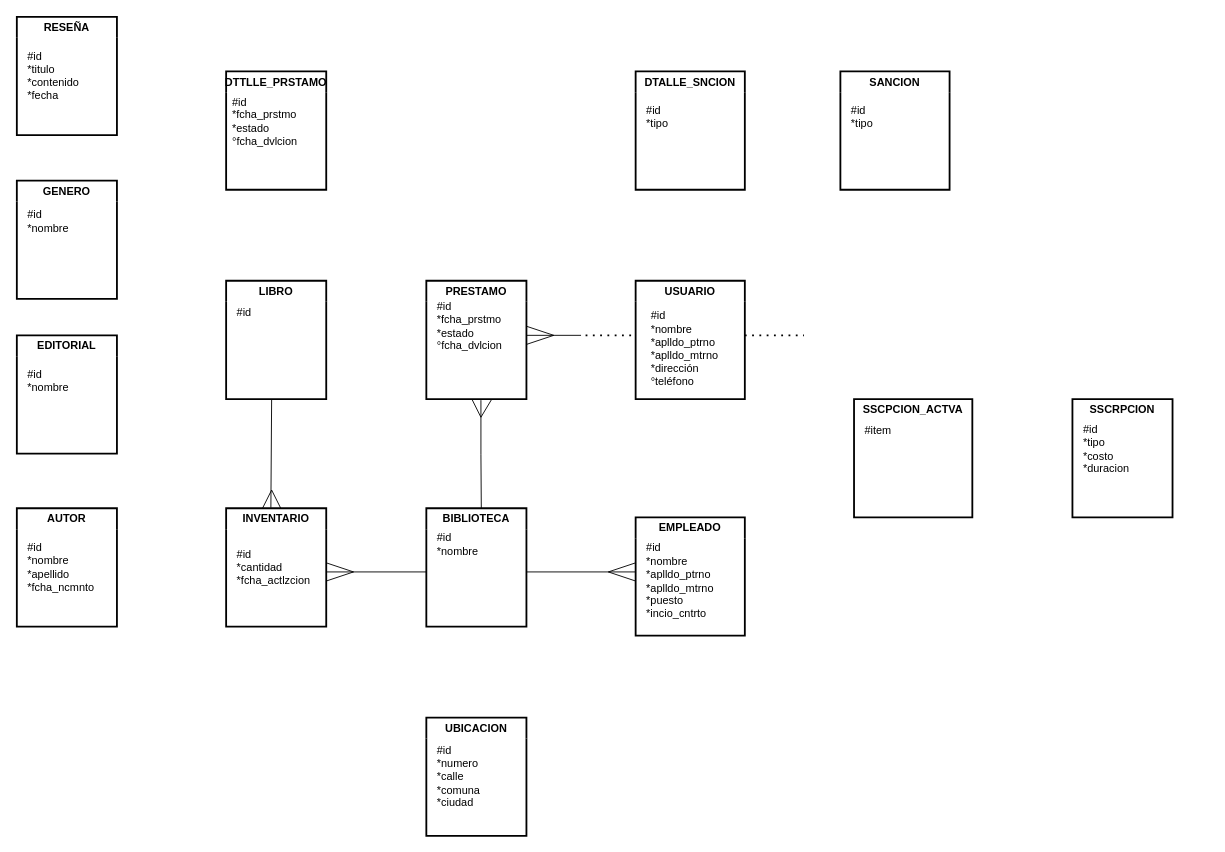
This is page "Page-1" (1 of 3) of examen_practico.drawio from AlexisEV/diagramas-er, a draw.io file, before an edit. Source tidied: cells renumbered, new cells numbered last; positions are measured from the earlier drawing's top-left corner, leaving out a move shared by most shapes. Both pictures are drawn from the tidied source at 91%, with x=0, y=0 at pixel (16, 16).
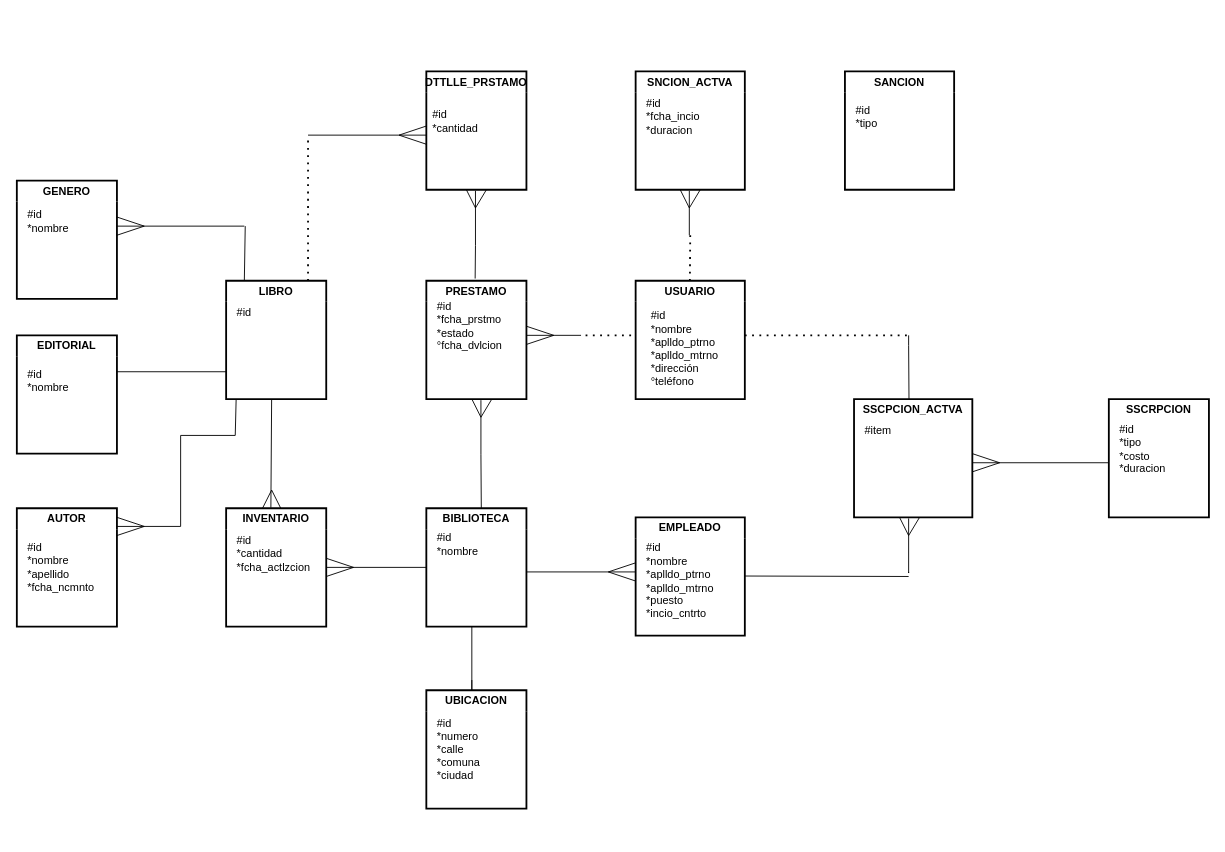
The same diagram, later.

Unchanged cells that the change refers to:
```xml
<mxCell id="14" value="PRESTAMO" style="swimlane;whiteSpace=wrap;html=1;perimeterSpacing=7;strokeWidth=2;swimlaneLine=0;glass=0;fillColor=none;strokeColor=#000000;" parent="1" vertex="1">
  <mxGeometry x="450" y="290" width="110" height="130" as="geometry" />
</mxCell>
<mxCell id="16" value="INVENTARIO" style="swimlane;whiteSpace=wrap;html=1;perimeterSpacing=7;strokeWidth=2;swimlaneLine=0;glass=0;fillColor=none;strokeColor=#000000;" parent="1" vertex="1">
  <mxGeometry x="230" y="540" width="110" height="130" as="geometry" />
</mxCell>
```

Diff of the diagram source:
```diff
@@
     <mxCell id="17" value="#id&lt;br&gt;*cantidad&lt;br&gt;*fcha_actlzcion" style="text;html=1;align=left;verticalAlign=middle;strokeColor=none;fillColor=none;" parent="16" vertex="1">
-      <mxGeometry x="10" y="35" width="100" height="60" as="geometry" />
+      <mxGeometry x="10" y="20" width="100" height="60" as="geometry" />
     </mxCell>
     <mxCell id="18" value="SSCRPCION" style="swimlane;whiteSpace=wrap;html=1;perimeterSpacing=7;strokeWidth=2;swimlaneLine=0;glass=0;fillColor=none;strokeColor=#000000;startSize=23;" parent="1" vertex="1">
-      <mxGeometry x="1160" y="420" width="110" height="130" as="geometry" />
+      <mxGeometry x="1200" y="420" width="110" height="130" as="geometry" />
     </mxCell>
@@
     <mxCell id="20" value="UBICACION" style="swimlane;whiteSpace=wrap;html=1;perimeterSpacing=7;strokeWidth=2;swimlaneLine=0;glass=0;fillColor=none;strokeColor=#000000;" parent="1" vertex="1">
-      <mxGeometry x="450" y="770" width="110" height="130" as="geometry" />
+      <mxGeometry x="450" y="740" width="110" height="130" as="geometry" />
     </mxCell>
@@
-    <mxCell id="24" value="RESEÑA" style="swimlane;whiteSpace=wrap;html=1;perimeterSpacing=7;strokeWidth=2;swimlaneLine=0;glass=0;fillColor=none;strokeColor=#000000;" parent="1" vertex="1">
-      <mxGeometry width="110" height="130" as="geometry" />
-    </mxCell>
-    <mxCell id="25" value="#id&lt;br&gt;*titulo&lt;br&gt;*contenido&lt;br&gt;*fecha" style="text;html=1;align=left;verticalAlign=middle;strokeColor=none;fillColor=none;" parent="24" vertex="1">
-      <mxGeometry x="10" y="30" width="80" height="70" as="geometry" />
-    </mxCell>
@@
     <mxCell id="33" style="endArrow=none;html=1;rounded=0;" parent="1" edge="1">
       <mxGeometry relative="1" as="geometry">
-        <mxPoint x="560" y="350" as="sourcePoint" />
-        <mxPoint x="620" y="350" as="targetPoint" />
+        <mxPoint x="340" y="605" as="sourcePoint" />
+        <mxPoint x="450" y="605" as="targetPoint" />
       </mxGeometry>
     </mxCell>
     <mxCell id="34" style="endArrow=none;html=1;rounded=0;" parent="1" edge="1">
       <mxGeometry relative="1" as="geometry">
-        <mxPoint x="560" y="360" as="sourcePoint" />
-        <mxPoint x="590" y="350" as="targetPoint" />
+        <mxPoint x="340" y="615" as="sourcePoint" />
+        <mxPoint x="370" y="605" as="targetPoint" />
       </mxGeometry>
     </mxCell>
     <mxCell id="35" style="endArrow=none;html=1;rounded=0;" parent="1" edge="1">
       <mxGeometry relative="1" as="geometry">
-        <mxPoint x="560" y="340" as="sourcePoint" />
-        <mxPoint x="590" y="350" as="targetPoint" />
+        <mxPoint x="340" y="595" as="sourcePoint" />
+        <mxPoint x="370" y="605" as="targetPoint" />
       </mxGeometry>
     </mxCell>
@@
     <mxCell id="38" style="endArrow=none;html=1;rounded=0;" parent="1" edge="1">
       <mxGeometry relative="1" as="geometry">
-        <mxPoint x="340" y="610" as="sourcePoint" />
-        <mxPoint x="450" y="610" as="targetPoint" />
+        <mxPoint x="1050" y="490" as="sourcePoint" />
+        <mxPoint x="1200" y="490" as="targetPoint" />
       </mxGeometry>
     </mxCell>
@@
     <mxCell id="41" style="endArrow=none;dashed=1;html=1;dashPattern=1 3;strokeWidth=2;rounded=0;" parent="1" edge="1">
       <mxGeometry relative="1" as="geometry">
         <mxPoint x="800" y="350" as="sourcePoint" />
-        <mxPoint x="865" y="350" as="targetPoint" />
+        <mxPoint x="980" y="350" as="targetPoint" />
       </mxGeometry>
     </mxCell>
     <mxCell id="42" style="endArrow=none;html=1;rounded=0;" parent="1" edge="1">
       <mxGeometry relative="1" as="geometry">
-        <mxPoint x="340" y="620" as="sourcePoint" />
-        <mxPoint x="370" y="610" as="targetPoint" />
+        <mxPoint x="1050" y="500" as="sourcePoint" />
+        <mxPoint x="1080" y="490" as="targetPoint" />
       </mxGeometry>
     </mxCell>
     <mxCell id="43" style="endArrow=none;html=1;rounded=0;" parent="1" edge="1">
       <mxGeometry relative="1" as="geometry">
-        <mxPoint x="340" y="600" as="sourcePoint" />
-        <mxPoint x="370" y="610" as="targetPoint" />
+        <mxPoint x="1050" y="480" as="sourcePoint" />
+        <mxPoint x="1080" y="490" as="targetPoint" />
       </mxGeometry>
     </mxCell>
@@
     <mxCell id="45" value="SANCION" style="swimlane;whiteSpace=wrap;html=1;perimeterSpacing=7;strokeWidth=2;swimlaneLine=0;glass=0;fillColor=none;strokeColor=#000000;" parent="1" vertex="1">
-      <mxGeometry x="905" y="60" width="120" height="130" as="geometry" />
+      <mxGeometry x="910" y="60" width="120" height="130" as="geometry" />
     </mxCell>
@@
     <mxCell id="47" value="DTTLLE_PRSTAMO" style="swimlane;whiteSpace=wrap;html=1;perimeterSpacing=7;strokeWidth=2;swimlaneLine=0;glass=0;fillColor=none;strokeColor=#000000;" parent="1" vertex="1">
-      <mxGeometry x="230" y="60" width="110" height="130" as="geometry" />
+      <mxGeometry x="450" y="60" width="110" height="130" as="geometry" />
     </mxCell>
-    <mxCell id="48" value="#id&lt;br&gt;*fcha_prstmo&lt;br&gt;*estado&lt;br&gt;°fcha_dvlcion" style="text;html=1;align=left;verticalAlign=middle;strokeColor=none;fillColor=none;" parent="47" vertex="1">
-      <mxGeometry x="5" y="20" width="100" height="70" as="geometry" />
+    <mxCell id="48" value="#id&lt;br&gt;*cantidad" style="text;html=1;align=left;verticalAlign=middle;strokeColor=none;fillColor=none;" parent="47" vertex="1">
+      <mxGeometry x="5" y="35" width="70" height="40" as="geometry" />
     </mxCell>
-    <mxCell id="49" value="DTALLE_SNCION" style="swimlane;whiteSpace=wrap;html=1;perimeterSpacing=7;strokeWidth=2;swimlaneLine=0;glass=0;fillColor=none;strokeColor=#000000;" parent="1" vertex="1">
+    <mxCell id="49" value="SNCION_ACTVA" style="swimlane;whiteSpace=wrap;html=1;perimeterSpacing=7;strokeWidth=2;swimlaneLine=0;glass=0;fillColor=none;strokeColor=#000000;" parent="1" vertex="1">
       <mxGeometry x="680" y="60" width="120" height="130" as="geometry" />
     </mxCell>
-    <mxCell id="50" value="#id&lt;br&gt;*tipo" style="text;html=1;align=left;verticalAlign=middle;strokeColor=none;fillColor=none;" parent="49" vertex="1">
-      <mxGeometry x="10" y="30" width="50" height="40" as="geometry" />
+    <mxCell id="50" value="#id&lt;br&gt;*fcha_incio&lt;br&gt;*duracion" style="text;html=1;align=left;verticalAlign=middle;strokeColor=none;fillColor=none;" parent="49" vertex="1">
+      <mxGeometry x="10" y="20" width="80" height="60" as="geometry" />
     </mxCell>
+    <mxCell id="51" style="endArrow=none;html=1;rounded=0;entryX=0.463;entryY=0.04;entryDx=0;entryDy=0;entryPerimeter=0;" parent="1" edge="1">
+      <mxGeometry relative="1" as="geometry">
+        <mxPoint x="980" y="350" as="sourcePoint" />
+        <mxPoint x="980.4" y="420" as="targetPoint" />
+        <Array as="points">
+          <mxPoint x="980" y="361.2" />
+        </Array>
+      </mxGeometry>
+    </mxCell>
+    <mxCell id="52" style="endArrow=none;html=1;rounded=0;" parent="1" edge="1">
+      <mxGeometry relative="1" as="geometry">
+        <mxPoint x="980" y="551.2" as="sourcePoint" />
+        <mxPoint x="980" y="610" as="targetPoint" />
+        <Array as="points">
+          <mxPoint x="980" y="611.2" />
+        </Array>
+      </mxGeometry>
+    </mxCell>
+    <mxCell id="53" style="endArrow=none;html=1;rounded=0;entryX=0.527;entryY=0.04;entryDx=0;entryDy=0;entryPerimeter=0;" parent="1" edge="1">
+      <mxGeometry relative="1" as="geometry">
+        <mxPoint x="992" y="550" as="sourcePoint" />
+        <mxPoint x="980" y="570" as="targetPoint" />
+      </mxGeometry>
+    </mxCell>
+    <mxCell id="54" style="endArrow=none;html=1;rounded=0;entryX=0.527;entryY=0.04;entryDx=0;entryDy=0;entryPerimeter=0;" parent="1" edge="1">
+      <mxGeometry relative="1" as="geometry">
+        <mxPoint x="970" y="550" as="sourcePoint" />
+        <mxPoint x="980" y="570" as="targetPoint" />
+      </mxGeometry>
+    </mxCell>
+    <mxCell id="55" style="endArrow=none;html=1;rounded=0;" parent="1" edge="1">
+      <mxGeometry relative="1" as="geometry">
+        <mxPoint x="800" y="614.5" as="sourcePoint" />
+        <mxPoint x="980" y="615" as="targetPoint" />
+      </mxGeometry>
+    </mxCell>
+    <mxCell id="56" style="endArrow=none;html=1;rounded=0;" parent="1" edge="1">
+      <mxGeometry relative="1" as="geometry">
+        <mxPoint x="500" y="670" as="sourcePoint" />
+        <mxPoint x="500" y="728.8" as="targetPoint" />
+        <Array as="points">
+          <mxPoint x="500" y="740" />
+        </Array>
+      </mxGeometry>
+    </mxCell>
+    <mxCell id="57" style="endArrow=none;html=1;rounded=0;" parent="1" edge="1">
+      <mxGeometry relative="1" as="geometry">
+        <mxPoint x="110" y="560" as="sourcePoint" />
+        <mxPoint x="180" y="560" as="targetPoint" />
+      </mxGeometry>
+    </mxCell>
+    <mxCell id="58" style="endArrow=none;html=1;rounded=0;" parent="1" edge="1">
+      <mxGeometry relative="1" as="geometry">
+        <mxPoint x="110" y="570" as="sourcePoint" />
+        <mxPoint x="140" y="560" as="targetPoint" />
+      </mxGeometry>
+    </mxCell>
+    <mxCell id="59" style="endArrow=none;html=1;rounded=0;" parent="1" edge="1">
+      <mxGeometry relative="1" as="geometry">
+        <mxPoint x="110" y="550" as="sourcePoint" />
+        <mxPoint x="140" y="560" as="targetPoint" />
+      </mxGeometry>
+    </mxCell>
+    <mxCell id="60" style="endArrow=none;html=1;rounded=0;exitX=0.453;exitY=0.045;exitDx=0;exitDy=0;exitPerimeter=0;" parent="1" edge="1">
+      <mxGeometry relative="1" as="geometry">
+        <mxPoint x="250" y="290" as="sourcePoint" />
+        <mxPoint x="251" y="230" as="targetPoint" />
+      </mxGeometry>
+    </mxCell>
+    <mxCell id="61" style="endArrow=none;html=1;rounded=0;" parent="1" edge="1">
+      <mxGeometry relative="1" as="geometry">
+        <mxPoint x="110" y="390" as="sourcePoint" />
+        <mxPoint x="230" y="390" as="targetPoint" />
+      </mxGeometry>
+    </mxCell>
+    <mxCell id="62" style="endArrow=none;html=1;rounded=0;exitX=0.453;exitY=0.045;exitDx=0;exitDy=0;exitPerimeter=0;" parent="1" edge="1">
+      <mxGeometry relative="1" as="geometry">
+        <mxPoint x="180" y="560" as="sourcePoint" />
+        <mxPoint x="180" y="460" as="targetPoint" />
+      </mxGeometry>
+    </mxCell>
+    <mxCell id="63" style="endArrow=none;html=1;rounded=0;" parent="1" edge="1">
+      <mxGeometry relative="1" as="geometry">
+        <mxPoint x="180" y="460" as="sourcePoint" />
+        <mxPoint x="240" y="460" as="targetPoint" />
+      </mxGeometry>
+    </mxCell>
+    <mxCell id="64" style="endArrow=none;html=1;rounded=0;exitX=0.453;exitY=0.045;exitDx=0;exitDy=0;exitPerimeter=0;" parent="1" edge="1">
+      <mxGeometry relative="1" as="geometry">
+        <mxPoint x="240" y="460" as="sourcePoint" />
+        <mxPoint x="241" y="420" as="targetPoint" />
+      </mxGeometry>
+    </mxCell>
+    <mxCell id="65" style="endArrow=none;html=1;rounded=0;" parent="1" edge="1">
+      <mxGeometry relative="1" as="geometry">
+        <mxPoint x="110" y="230" as="sourcePoint" />
+        <mxPoint x="250" y="230" as="targetPoint" />
+      </mxGeometry>
+    </mxCell>
+    <mxCell id="66" style="endArrow=none;html=1;rounded=0;" parent="1" edge="1">
+      <mxGeometry relative="1" as="geometry">
+        <mxPoint x="560" y="350" as="sourcePoint" />
+        <mxPoint x="620" y="350" as="targetPoint" />
+      </mxGeometry>
+    </mxCell>
+    <mxCell id="67" style="endArrow=none;html=1;rounded=0;" parent="1" edge="1">
+      <mxGeometry relative="1" as="geometry">
+        <mxPoint x="560" y="360" as="sourcePoint" />
+        <mxPoint x="590" y="350" as="targetPoint" />
+      </mxGeometry>
+    </mxCell>
+    <mxCell id="68" style="endArrow=none;html=1;rounded=0;" parent="1" edge="1">
+      <mxGeometry relative="1" as="geometry">
+        <mxPoint x="560" y="340" as="sourcePoint" />
+        <mxPoint x="590" y="350" as="targetPoint" />
+      </mxGeometry>
+    </mxCell>
+    <mxCell id="69" style="endArrow=none;html=1;rounded=0;entryX=0.489;entryY=0.032;entryDx=0;entryDy=0;entryPerimeter=0;" parent="1" edge="1" target="14">
+      <mxGeometry relative="1" as="geometry">
+        <mxPoint x="504" y="191.2" as="sourcePoint" />
+        <Array as="points">
+          <mxPoint x="504" y="251.2" />
+        </Array>
+      </mxGeometry>
+    </mxCell>
+    <mxCell id="70" style="endArrow=none;html=1;rounded=0;entryX=0.527;entryY=0.04;entryDx=0;entryDy=0;entryPerimeter=0;" parent="1" edge="1">
+      <mxGeometry relative="1" as="geometry">
+        <mxPoint x="516" y="190" as="sourcePoint" />
+        <mxPoint x="504" y="210" as="targetPoint" />
+      </mxGeometry>
+    </mxCell>
+    <mxCell id="71" style="endArrow=none;html=1;rounded=0;entryX=0.527;entryY=0.04;entryDx=0;entryDy=0;entryPerimeter=0;" parent="1" edge="1">
+      <mxGeometry relative="1" as="geometry">
+        <mxPoint x="494" y="190" as="sourcePoint" />
+        <mxPoint x="504" y="210" as="targetPoint" />
+      </mxGeometry>
+    </mxCell>
+    <mxCell id="72" style="endArrow=none;html=1;rounded=0;" parent="1" edge="1">
+      <mxGeometry relative="1" as="geometry">
+        <mxPoint x="110" y="220" as="sourcePoint" />
+        <mxPoint x="140" y="230" as="targetPoint" />
+      </mxGeometry>
+    </mxCell>
+    <mxCell id="73" style="endArrow=none;html=1;rounded=0;" parent="1" edge="1">
+      <mxGeometry relative="1" as="geometry">
+        <mxPoint x="110" y="240" as="sourcePoint" />
+        <mxPoint x="140" y="230" as="targetPoint" />
+      </mxGeometry>
+    </mxCell>
+    <mxCell id="74" style="endArrow=none;dashed=1;html=1;dashPattern=1 3;strokeWidth=2;rounded=0;" parent="1" edge="1">
+      <mxGeometry relative="1" as="geometry">
+        <mxPoint x="320" y="290" as="sourcePoint" />
+        <mxPoint x="320" y="130" as="targetPoint" />
+      </mxGeometry>
+    </mxCell>
+    <mxCell id="75" style="endArrow=none;html=1;rounded=0;" parent="1" edge="1">
+      <mxGeometry relative="1" as="geometry">
+        <mxPoint x="320" y="130" as="sourcePoint" />
+        <mxPoint x="450" y="130" as="targetPoint" />
+      </mxGeometry>
+    </mxCell>
+    <mxCell id="76" style="endArrow=none;html=1;rounded=0;" parent="1" edge="1">
+      <mxGeometry relative="1" as="geometry">
+        <mxPoint x="420" y="130" as="sourcePoint" />
+        <mxPoint x="450" y="140" as="targetPoint" />
+      </mxGeometry>
+    </mxCell>
+    <mxCell id="77" style="endArrow=none;html=1;rounded=0;" parent="1" edge="1">
+      <mxGeometry relative="1" as="geometry">
+        <mxPoint x="420" y="130" as="sourcePoint" />
+        <mxPoint x="450" y="120" as="targetPoint" />
+      </mxGeometry>
+    </mxCell>
+    <mxCell id="78" style="endArrow=none;dashed=1;html=1;dashPattern=1 3;strokeWidth=2;rounded=0;" parent="1" edge="1">
+      <mxGeometry relative="1" as="geometry">
+        <mxPoint x="739.6" y="290" as="sourcePoint" />
+        <mxPoint x="740" y="240" as="targetPoint" />
+      </mxGeometry>
+    </mxCell>
+    <mxCell id="79" style="endArrow=none;html=1;rounded=0;" parent="1" edge="1">
+      <mxGeometry relative="1" as="geometry">
+        <mxPoint x="739" y="191.2" as="sourcePoint" />
+        <mxPoint x="739" y="240" as="targetPoint" />
+      </mxGeometry>
+    </mxCell>
+    <mxCell id="80" style="endArrow=none;html=1;rounded=0;entryX=0.527;entryY=0.04;entryDx=0;entryDy=0;entryPerimeter=0;" parent="1" edge="1">
+      <mxGeometry relative="1" as="geometry">
+        <mxPoint x="751" y="190" as="sourcePoint" />
+        <mxPoint x="739" y="210" as="targetPoint" />
+      </mxGeometry>
+    </mxCell>
+    <mxCell id="81" style="endArrow=none;html=1;rounded=0;entryX=0.527;entryY=0.04;entryDx=0;entryDy=0;entryPerimeter=0;" parent="1" edge="1">
+      <mxGeometry relative="1" as="geometry">
+        <mxPoint x="729" y="190" as="sourcePoint" />
+        <mxPoint x="739" y="210" as="targetPoint" />
+      </mxGeometry>
+    </mxCell>
```
